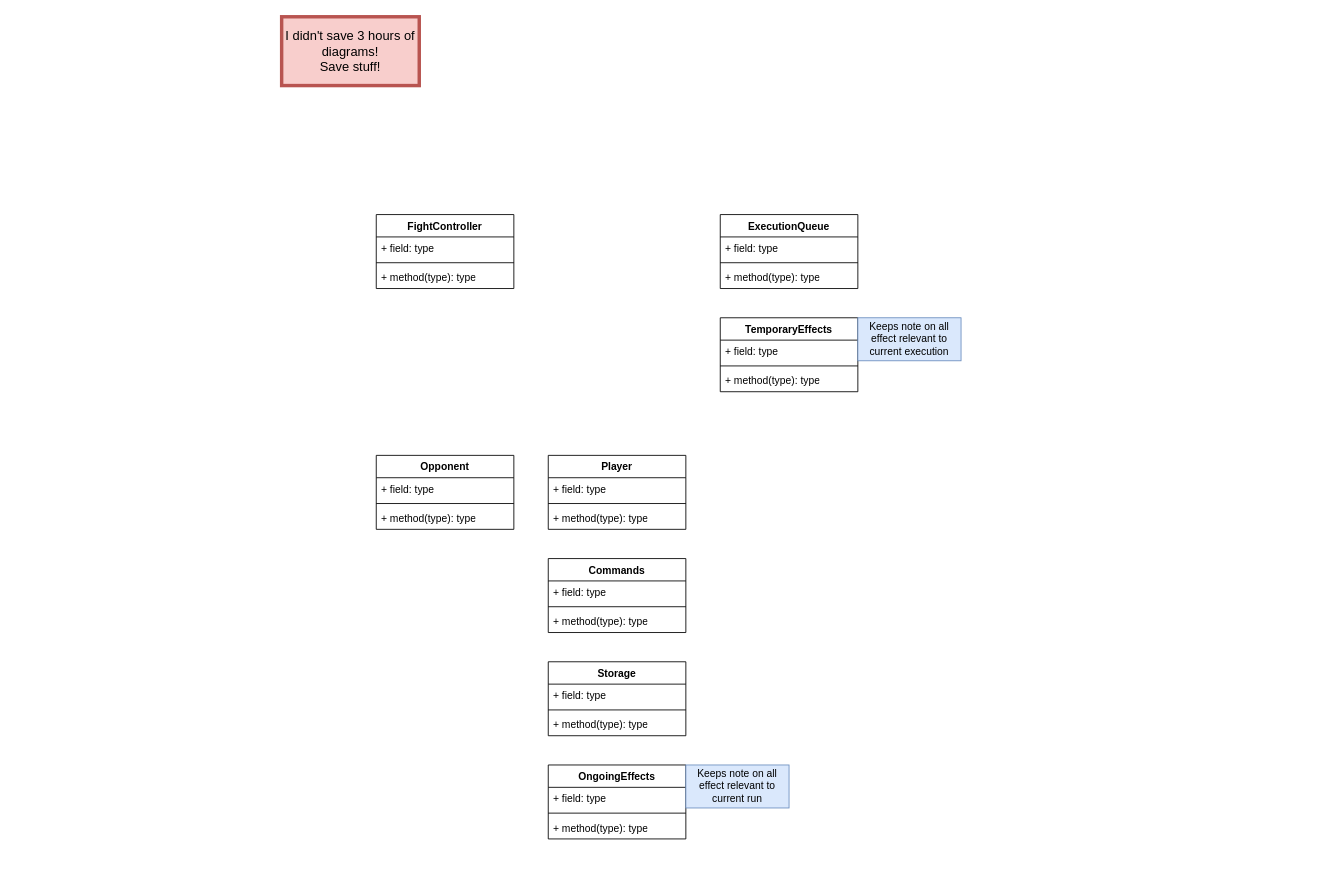
Before: chain-of-command-game-flow.drawio in Gryfin123/diagrams_with_no_context, a draw.io diagram. Source tidied: cells renumbered, new cells numbered last; positions are measured from the earlier drawing's top-left corner, leaving out a move shared by most shapes. Both pictures are drawn from the tidied source at 86%, with x=0, y=0 at pixel (281, 16).
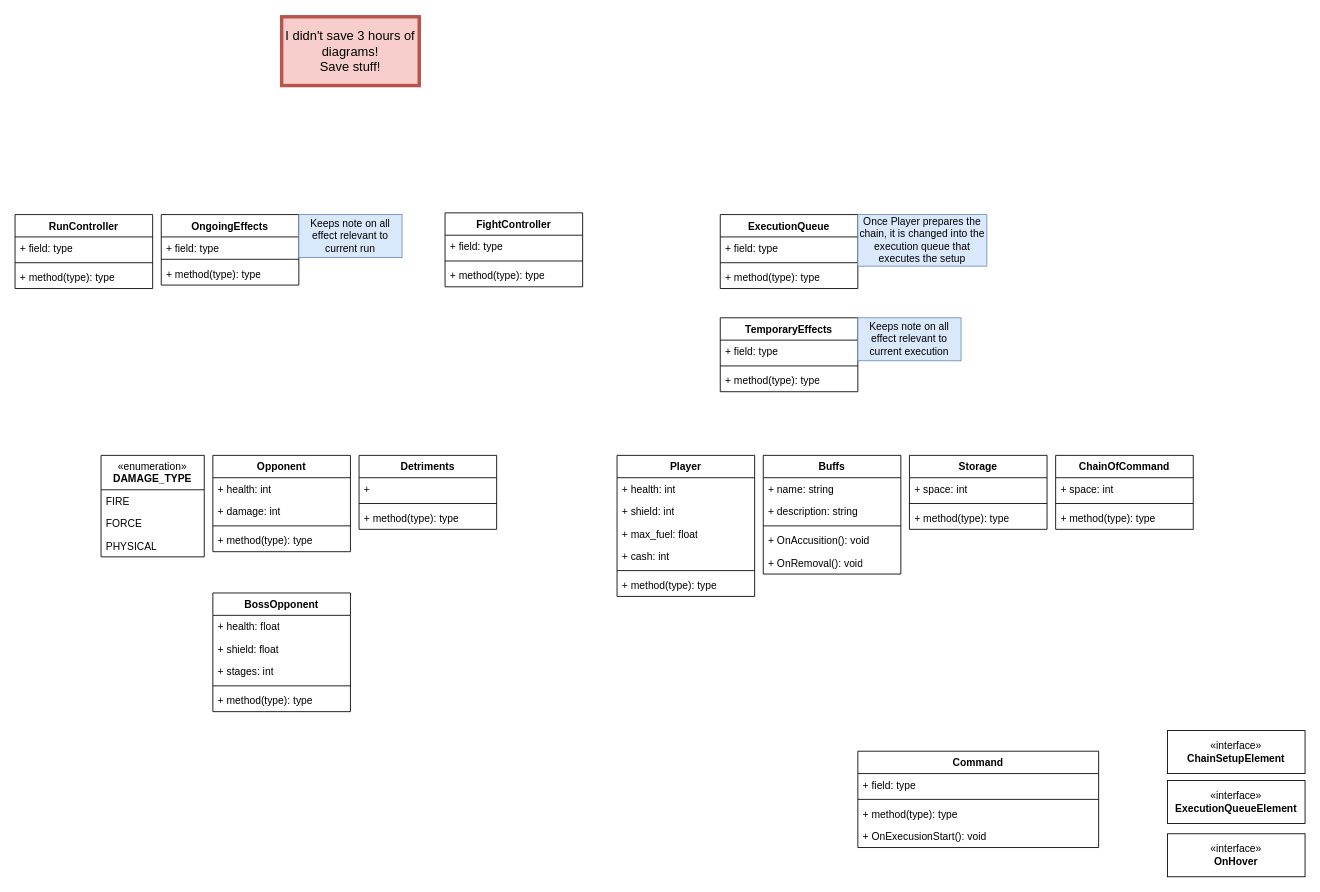
The same diagram, later.

Diff of the diagram source:
```diff
@@
-    <mxCell id="10" value="Commands" style="swimlane;fontStyle=1;align=center;verticalAlign=top;horizontal=1;startSize=26;whiteSpace=wrap;html=1;" parent="1" vertex="1">
-      <mxGeometry x="310" y="630" width="160" height="86" as="geometry" />
+    <mxCell id="10" value="ChainOfCommand" style="swimlane;fontStyle=1;align=center;verticalAlign=top;horizontal=1;startSize=26;whiteSpace=wrap;html=1;" parent="1" vertex="1">
+      <mxGeometry x="900" y="510" width="160" height="86" as="geometry" />
     </mxCell>
-    <mxCell id="11" value="+ field: type" style="text;strokeColor=none;fillColor=none;align=left;verticalAlign=top;spacingLeft=4;spacingRight=4;overflow=hidden;whiteSpace=wrap;html=1;" parent="10" vertex="1">
-      <mxGeometry y="26" width="160" height="26" as="geometry" />
-    </mxCell>
+    <mxCell id="20" value="+ space: int" style="text;strokeColor=none;fillColor=none;align=left;verticalAlign=top;spacingLeft=4;spacingRight=4;overflow=hidden;whiteSpace=wrap;html=1;" parent="10" vertex="1">
+      <mxGeometry y="26" width="160" height="26" as="geometry" />
+    </mxCell>
@@
     <mxCell id="15" value="FightController" style="swimlane;fontStyle=1;align=center;verticalAlign=top;horizontal=1;startSize=26;whiteSpace=wrap;html=1;" parent="1" vertex="1">
-      <mxGeometry x="110" y="230" width="160" height="86" as="geometry" />
+      <mxGeometry x="190" y="228" width="160" height="86" as="geometry" />
     </mxCell>
@@
     <mxCell id="19" value="Storage" style="swimlane;fontStyle=1;align=center;verticalAlign=top;horizontal=1;startSize=26;whiteSpace=wrap;html=1;" parent="1" vertex="1">
-      <mxGeometry x="310" y="750" width="160" height="86" as="geometry" />
+      <mxGeometry x="730" y="510" width="160" height="86" as="geometry" />
     </mxCell>
-    <mxCell id="20" value="+ field: type" style="text;strokeColor=none;fillColor=none;align=left;verticalAlign=top;spacingLeft=4;spacingRight=4;overflow=hidden;whiteSpace=wrap;html=1;" parent="19" vertex="1">
-      <mxGeometry y="26" width="160" height="26" as="geometry" />
-    </mxCell>
+    <mxCell id="37" value="+ space: int" style="text;strokeColor=none;fillColor=none;align=left;verticalAlign=top;spacingLeft=4;spacingRight=4;overflow=hidden;whiteSpace=wrap;html=1;" parent="19" vertex="1">
+      <mxGeometry y="26" width="160" height="26" as="geometry" />
+    </mxCell>
@@
     <mxCell id="23" value="Opponent" style="swimlane;fontStyle=1;align=center;verticalAlign=top;horizontal=1;startSize=26;whiteSpace=wrap;html=1;" parent="1" vertex="1">
-      <mxGeometry x="110" y="510" width="160" height="86" as="geometry" />
+      <mxGeometry x="-80" y="510" width="160" height="112" as="geometry" />
     </mxCell>
-    <mxCell id="24" value="+ field: type" style="text;strokeColor=none;fillColor=none;align=left;verticalAlign=top;spacingLeft=4;spacingRight=4;overflow=hidden;whiteSpace=wrap;html=1;" parent="23" vertex="1">
+    <mxCell id="24" value="+ health: int" style="text;strokeColor=none;fillColor=none;align=left;verticalAlign=top;spacingLeft=4;spacingRight=4;overflow=hidden;whiteSpace=wrap;html=1;" parent="23" vertex="1">
       <mxGeometry y="26" width="160" height="26" as="geometry" />
     </mxCell>
+    <mxCell id="38" value="+ damage: int" style="text;strokeColor=none;fillColor=none;align=left;verticalAlign=top;spacingLeft=4;spacingRight=4;overflow=hidden;whiteSpace=wrap;html=1;" parent="23" vertex="1">
+      <mxGeometry y="52" width="160" height="26" as="geometry" />
+    </mxCell>
     <mxCell id="25" style="line;strokeWidth=1;fillColor=none;align=left;verticalAlign=middle;spacingTop=-1;spacingLeft=3;spacingRight=3;labelPosition=right;strokeColor=inherit;" parent="23" vertex="1">
-      <mxGeometry y="52" width="160" height="8" as="geometry" />
+      <mxGeometry y="78" width="160" height="8" as="geometry" />
     </mxCell>
     <mxCell id="26" value="+ method(type): type" style="text;strokeColor=none;fillColor=none;align=left;verticalAlign=top;spacingLeft=4;spacingRight=4;overflow=hidden;whiteSpace=wrap;html=1;" parent="23" vertex="1">
-      <mxGeometry y="60" width="160" height="26" as="geometry" />
+      <mxGeometry y="86" width="160" height="26" as="geometry" />
     </mxCell>
     <mxCell id="27" value="&lt;div&gt;Player&lt;/div&gt;" style="swimlane;fontStyle=1;align=center;verticalAlign=top;horizontal=1;startSize=26;whiteSpace=wrap;html=1;" parent="1" vertex="1">
-      <mxGeometry x="310" y="510" width="160" height="86" as="geometry" />
+      <mxGeometry x="390" y="510" width="160" height="164" as="geometry" />
     </mxCell>
+    <mxCell id="39" value="+ health: int" style="text;strokeColor=none;fillColor=none;align=left;verticalAlign=top;spacingLeft=4;spacingRight=4;overflow=hidden;whiteSpace=wrap;html=1;" parent="27" vertex="1">
+      <mxGeometry y="26" width="160" height="26" as="geometry" />
+    </mxCell>
+    <mxCell id="40" value="+ shield: int" style="text;strokeColor=none;fillColor=none;align=left;verticalAlign=top;spacingLeft=4;spacingRight=4;overflow=hidden;whiteSpace=wrap;html=1;" parent="27" vertex="1">
+      <mxGeometry y="52" width="160" height="26" as="geometry" />
+    </mxCell>
+    <mxCell id="41" value="+ max_fuel: float" style="text;strokeColor=none;fillColor=none;align=left;verticalAlign=top;spacingLeft=4;spacingRight=4;overflow=hidden;whiteSpace=wrap;html=1;" parent="27" vertex="1">
+      <mxGeometry y="78" width="160" height="26" as="geometry" />
+    </mxCell>
-    <mxCell id="28" value="+ field: type" style="text;strokeColor=none;fillColor=none;align=left;verticalAlign=top;spacingLeft=4;spacingRight=4;overflow=hidden;whiteSpace=wrap;html=1;" parent="27" vertex="1">
-      <mxGeometry y="26" width="160" height="26" as="geometry" />
+    <mxCell id="28" value="+ cash: int" style="text;strokeColor=none;fillColor=none;align=left;verticalAlign=top;spacingLeft=4;spacingRight=4;overflow=hidden;whiteSpace=wrap;html=1;" parent="27" vertex="1">
+      <mxGeometry y="104" width="160" height="26" as="geometry" />
     </mxCell>
     <mxCell id="29" style="line;strokeWidth=1;fillColor=none;align=left;verticalAlign=middle;spacingTop=-1;spacingLeft=3;spacingRight=3;labelPosition=right;strokeColor=inherit;" parent="27" vertex="1">
-      <mxGeometry y="52" width="160" height="8" as="geometry" />
+      <mxGeometry y="130" width="160" height="8" as="geometry" />
     </mxCell>
     <mxCell id="30" value="+ method(type): type" style="text;strokeColor=none;fillColor=none;align=left;verticalAlign=top;spacingLeft=4;spacingRight=4;overflow=hidden;whiteSpace=wrap;html=1;" parent="27" vertex="1">
-      <mxGeometry y="60" width="160" height="26" as="geometry" />
+      <mxGeometry y="138" width="160" height="26" as="geometry" />
     </mxCell>
     <mxCell id="31" value="&lt;div&gt;OngoingEffects&lt;/div&gt;" style="swimlane;fontStyle=1;align=center;verticalAlign=top;horizontal=1;startSize=26;whiteSpace=wrap;html=1;" parent="1" vertex="1">
-      <mxGeometry x="310" y="870" width="160" height="86" as="geometry" />
+      <mxGeometry x="-140" y="230" width="160" height="82" as="geometry" />
     </mxCell>
     <mxCell id="32" value="+ field: type" style="text;strokeColor=none;fillColor=none;align=left;verticalAlign=top;spacingLeft=4;spacingRight=4;overflow=hidden;whiteSpace=wrap;html=1;" parent="31" vertex="1">
-      <mxGeometry y="26" width="160" height="26" as="geometry" />
+      <mxGeometry y="26" width="160" height="22" as="geometry" />
     </mxCell>
     <mxCell id="33" style="line;strokeWidth=1;fillColor=none;align=left;verticalAlign=middle;spacingTop=-1;spacingLeft=3;spacingRight=3;labelPosition=right;strokeColor=inherit;" parent="31" vertex="1">
-      <mxGeometry y="52" width="160" height="8" as="geometry" />
+      <mxGeometry y="48" width="160" height="8" as="geometry" />
     </mxCell>
     <mxCell id="34" value="+ method(type): type" style="text;strokeColor=none;fillColor=none;align=left;verticalAlign=top;spacingLeft=4;spacingRight=4;overflow=hidden;whiteSpace=wrap;html=1;" parent="31" vertex="1">
-      <mxGeometry y="60" width="160" height="26" as="geometry" />
+      <mxGeometry y="56" width="160" height="26" as="geometry" />
     </mxCell>
@@
     <mxCell id="36" value="Keeps note on all effect relevant to current run" style="html=1;whiteSpace=wrap;fillColor=#dae8fc;strokeColor=#6c8ebf;" parent="1" vertex="1">
-      <mxGeometry x="470" y="870" width="120" height="50" as="geometry" />
+      <mxGeometry x="20" y="230" width="120" height="50" as="geometry" />
     </mxCell>
+    <mxCell id="42" value="BossOpponent" style="swimlane;fontStyle=1;align=center;verticalAlign=top;horizontal=1;startSize=26;whiteSpace=wrap;html=1;" parent="1" vertex="1">
+      <mxGeometry x="-80" y="670" width="160" height="138" as="geometry" />
+    </mxCell>
+    <mxCell id="43" value="+ health: float" style="text;strokeColor=none;fillColor=none;align=left;verticalAlign=top;spacingLeft=4;spacingRight=4;overflow=hidden;whiteSpace=wrap;html=1;" parent="42" vertex="1">
+      <mxGeometry y="26" width="160" height="26" as="geometry" />
+    </mxCell>
+    <mxCell id="44" value="+ shield: float" style="text;strokeColor=none;fillColor=none;align=left;verticalAlign=top;spacingLeft=4;spacingRight=4;overflow=hidden;whiteSpace=wrap;html=1;" parent="42" vertex="1">
+      <mxGeometry y="52" width="160" height="26" as="geometry" />
+    </mxCell>
+    <mxCell id="45" value="+ stages: int" style="text;strokeColor=none;fillColor=none;align=left;verticalAlign=top;spacingLeft=4;spacingRight=4;overflow=hidden;whiteSpace=wrap;html=1;" parent="42" vertex="1">
+      <mxGeometry y="78" width="160" height="26" as="geometry" />
+    </mxCell>
+    <mxCell id="46" style="line;strokeWidth=1;fillColor=none;align=left;verticalAlign=middle;spacingTop=-1;spacingLeft=3;spacingRight=3;labelPosition=right;strokeColor=inherit;" parent="42" vertex="1">
+      <mxGeometry y="104" width="160" height="8" as="geometry" />
+    </mxCell>
+    <mxCell id="47" value="+ method(type): type" style="text;strokeColor=none;fillColor=none;align=left;verticalAlign=top;spacingLeft=4;spacingRight=4;overflow=hidden;whiteSpace=wrap;html=1;" parent="42" vertex="1">
+      <mxGeometry y="112" width="160" height="26" as="geometry" />
+    </mxCell>
+    <mxCell id="48" value="«enumeration»&lt;br&gt;&lt;b&gt;DAMAGE_TYPE&lt;/b&gt;" style="swimlane;fontStyle=0;horizontal=1;startSize=40;fillColor=none;whiteSpace=wrap;html=1;" parent="1" vertex="1">
+      <mxGeometry x="-210" y="510" width="120" height="118" as="geometry" />
+    </mxCell>
+    <mxCell id="49" value="FIRE" style="text;strokeColor=none;fillColor=none;align=left;verticalAlign=top;spacingLeft=4;spacingRight=4;overflow=hidden;whiteSpace=wrap;html=1;" parent="48" vertex="1">
+      <mxGeometry y="40" width="120" height="26" as="geometry" />
+    </mxCell>
+    <mxCell id="50" value="FORCE" style="text;strokeColor=none;fillColor=none;align=left;verticalAlign=top;spacingLeft=4;spacingRight=4;overflow=hidden;whiteSpace=wrap;html=1;" parent="48" vertex="1">
+      <mxGeometry y="66" width="120" height="26" as="geometry" />
+    </mxCell>
+    <mxCell id="51" value="PHYSICAL" style="text;strokeColor=none;fillColor=none;align=left;verticalAlign=top;spacingLeft=4;spacingRight=4;overflow=hidden;whiteSpace=wrap;html=1;" parent="48" vertex="1">
+      <mxGeometry y="92" width="120" height="26" as="geometry" />
+    </mxCell>
+    <mxCell id="52" value="Command" style="swimlane;fontStyle=1;align=center;verticalAlign=top;horizontal=1;startSize=26;whiteSpace=wrap;html=1;" parent="1" vertex="1">
+      <mxGeometry x="670" y="854" width="280" height="112" as="geometry" />
+    </mxCell>
+    <mxCell id="53" value="+ field: type" style="text;strokeColor=none;fillColor=none;align=left;verticalAlign=top;spacingLeft=4;spacingRight=4;overflow=hidden;whiteSpace=wrap;html=1;" parent="52" vertex="1">
+      <mxGeometry y="26" width="280" height="26" as="geometry" />
+    </mxCell>
+    <mxCell id="54" style="line;strokeWidth=1;fillColor=none;align=left;verticalAlign=middle;spacingTop=-1;spacingLeft=3;spacingRight=3;labelPosition=right;strokeColor=inherit;" parent="52" vertex="1">
+      <mxGeometry y="52" width="280" height="8" as="geometry" />
+    </mxCell>
+    <mxCell id="55" value="+ method(type): type" style="text;strokeColor=none;fillColor=none;align=left;verticalAlign=top;spacingLeft=4;spacingRight=4;overflow=hidden;whiteSpace=wrap;html=1;" parent="52" vertex="1">
+      <mxGeometry y="60" width="280" height="26" as="geometry" />
+    </mxCell>
+    <mxCell id="56" value="+ OnExecusionStart(): void" style="text;strokeColor=none;fillColor=none;align=left;verticalAlign=top;spacingLeft=4;spacingRight=4;overflow=hidden;whiteSpace=wrap;html=1;" parent="52" vertex="1">
+      <mxGeometry y="86" width="280" height="26" as="geometry" />
+    </mxCell>
+    <mxCell id="57" value="Once Player prepares the chain, it is changed into the execution queue that executes the setup" style="html=1;whiteSpace=wrap;fillColor=#dae8fc;strokeColor=#6c8ebf;" parent="1" vertex="1">
+      <mxGeometry x="670" y="230" width="150" height="60" as="geometry" />
+    </mxCell>
+    <mxCell id="58" value="Buffs" style="swimlane;fontStyle=1;align=center;verticalAlign=top;horizontal=1;startSize=26;whiteSpace=wrap;html=1;" parent="1" vertex="1">
+      <mxGeometry x="560" y="510" width="160" height="138" as="geometry" />
+    </mxCell>
+    <mxCell id="59" value="+ name: string" style="text;strokeColor=none;fillColor=none;align=left;verticalAlign=top;spacingLeft=4;spacingRight=4;overflow=hidden;whiteSpace=wrap;html=1;" parent="58" vertex="1">
+      <mxGeometry y="26" width="160" height="26" as="geometry" />
+    </mxCell>
+    <mxCell id="60" value="+ description: string" style="text;strokeColor=none;fillColor=none;align=left;verticalAlign=top;spacingLeft=4;spacingRight=4;overflow=hidden;whiteSpace=wrap;html=1;" parent="58" vertex="1">
+      <mxGeometry y="52" width="160" height="26" as="geometry" />
+    </mxCell>
+    <mxCell id="61" style="line;strokeWidth=1;fillColor=none;align=left;verticalAlign=middle;spacingTop=-1;spacingLeft=3;spacingRight=3;labelPosition=right;strokeColor=inherit;" parent="58" vertex="1">
+      <mxGeometry y="78" width="160" height="8" as="geometry" />
+    </mxCell>
+    <mxCell id="62" value="+ OnAccusition(): void" style="text;strokeColor=none;fillColor=none;align=left;verticalAlign=top;spacingLeft=4;spacingRight=4;overflow=hidden;whiteSpace=wrap;html=1;" parent="58" vertex="1">
+      <mxGeometry y="86" width="160" height="26" as="geometry" />
+    </mxCell>
+    <mxCell id="63" value="+ OnRemoval(): void" style="text;strokeColor=none;fillColor=none;align=left;verticalAlign=top;spacingLeft=4;spacingRight=4;overflow=hidden;whiteSpace=wrap;html=1;" parent="58" vertex="1">
+      <mxGeometry y="112" width="160" height="26" as="geometry" />
+    </mxCell>
+    <mxCell id="64" value="Detriments" style="swimlane;fontStyle=1;align=center;verticalAlign=top;horizontal=1;startSize=26;whiteSpace=wrap;html=1;" parent="1" vertex="1">
+      <mxGeometry x="90" y="510" width="160" height="86" as="geometry" />
+    </mxCell>
+    <mxCell id="65" value="&lt;div&gt;+&lt;/div&gt;" style="text;strokeColor=none;fillColor=none;align=left;verticalAlign=top;spacingLeft=4;spacingRight=4;overflow=hidden;whiteSpace=wrap;html=1;" parent="64" vertex="1">
+      <mxGeometry y="26" width="160" height="26" as="geometry" />
+    </mxCell>
+    <mxCell id="66" style="line;strokeWidth=1;fillColor=none;align=left;verticalAlign=middle;spacingTop=-1;spacingLeft=3;spacingRight=3;labelPosition=right;strokeColor=inherit;" parent="64" vertex="1">
+      <mxGeometry y="52" width="160" height="8" as="geometry" />
+    </mxCell>
+    <mxCell id="67" value="+ method(type): type" style="text;strokeColor=none;fillColor=none;align=left;verticalAlign=top;spacingLeft=4;spacingRight=4;overflow=hidden;whiteSpace=wrap;html=1;" parent="64" vertex="1">
+      <mxGeometry y="60" width="160" height="26" as="geometry" />
+    </mxCell>
+    <mxCell id="68" value="«interface»&lt;br&gt;&lt;b&gt;ChainSetupElement&lt;/b&gt;" style="html=1;whiteSpace=wrap;" parent="1" vertex="1">
+      <mxGeometry x="1030" y="830" width="160" height="50" as="geometry" />
+    </mxCell>
+    <mxCell id="69" value="«interface»&lt;br&gt;&lt;b&gt;ExecutionQueueElement&lt;/b&gt;" style="html=1;whiteSpace=wrap;" parent="1" vertex="1">
+      <mxGeometry x="1030" y="888" width="160" height="50" as="geometry" />
+    </mxCell>
+    <mxCell id="70" value="«interface»&lt;br&gt;&lt;b&gt;OnHover&lt;/b&gt;" style="html=1;whiteSpace=wrap;" parent="1" vertex="1">
+      <mxGeometry x="1030" y="950" width="160" height="50" as="geometry" />
+    </mxCell>
+    <mxCell id="71" value="RunController" style="swimlane;fontStyle=1;align=center;verticalAlign=top;horizontal=1;startSize=26;whiteSpace=wrap;html=1;" parent="1" vertex="1">
+      <mxGeometry x="-310" y="230" width="160" height="86" as="geometry" />
+    </mxCell>
+    <mxCell id="11" value="+ field: type" style="text;strokeColor=none;fillColor=none;align=left;verticalAlign=top;spacingLeft=4;spacingRight=4;overflow=hidden;whiteSpace=wrap;html=1;" parent="71" vertex="1">
+      <mxGeometry y="26" width="160" height="26" as="geometry" />
+    </mxCell>
+    <mxCell id="72" style="line;strokeWidth=1;fillColor=none;align=left;verticalAlign=middle;spacingTop=-1;spacingLeft=3;spacingRight=3;labelPosition=right;strokeColor=inherit;" parent="71" vertex="1">
+      <mxGeometry y="52" width="160" height="8" as="geometry" />
+    </mxCell>
+    <mxCell id="73" value="+ method(type): type" style="text;strokeColor=none;fillColor=none;align=left;verticalAlign=top;spacingLeft=4;spacingRight=4;overflow=hidden;whiteSpace=wrap;html=1;" parent="71" vertex="1">
+      <mxGeometry y="60" width="160" height="26" as="geometry" />
+    </mxCell>
```
